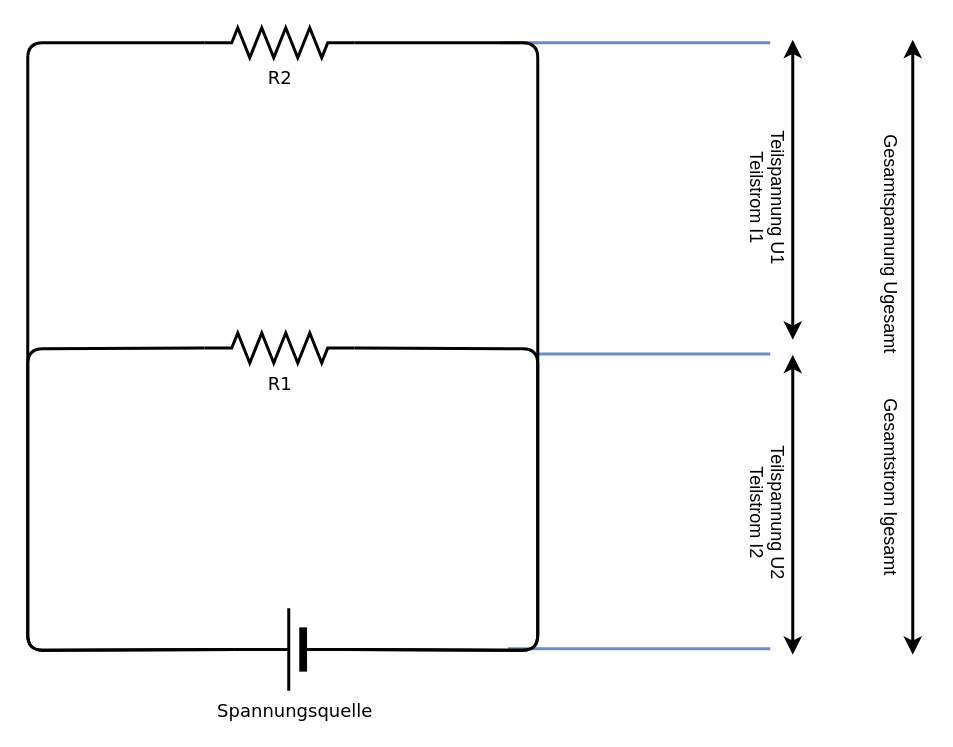
Earlier version of the draw.io diagram 2-hardwaredesign/img/stromteiler.drawio (DennisSchulmeister/dhbwka-wwi-iottech-folien). Source tidied: cells renumbered, new cells numbered last; positions are measured from the earlier drawing's top-left corner, leaving out a move shared by most shapes. Both pictures are drawn from the tidied source at 150%, with x=0, y=0 at pixel (27, 27).
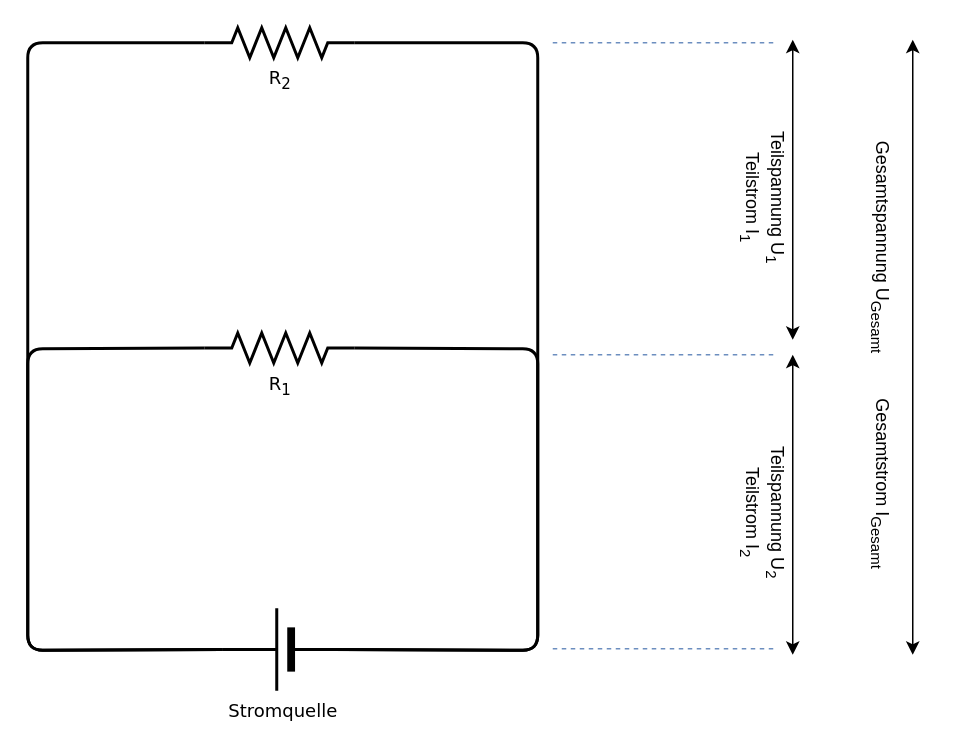
The same diagram, later.

Unchanged cells that the change refers to:
```xml
<mxCell id="11" style="group;" parent="1" vertex="1">
  <mxGeometry width="340" height="363" as="geometry" />
</mxCell>
```

The edit, as a diff of the source:
```diff
@@
-<mxGraphModel background="#ffffff">
+<mxGraphModel>
@@
-    <mxCell id="2" style="endArrow=none;html=1;strokeColor=#6c8ebf;strokeWidth=2;fillColor=#dae8fc;" parent="1" edge="1">
+    <mxCell id="2" style="endArrow=none;html=1;strokeColor=#6c8ebf;strokeWidth=1;fillColor=#dae8fc;dashed=1;" parent="1" edge="1">
       <mxGeometry relative="1" as="geometry">
-        <mxPoint x="320" y="414" as="sourcePoint" />
-        <mxPoint x="495" y="414" as="targetPoint" />
+        <mxPoint x="350" y="414" as="sourcePoint" />
+        <mxPoint x="500" y="414" as="targetPoint" />
       </mxGeometry>
     </mxCell>
-    <mxCell id="3" style="endArrow=none;html=1;strokeColor=#6c8ebf;strokeWidth=2;fillColor=#dae8fc;" parent="1" edge="1">
+    <mxCell id="3" style="endArrow=none;html=1;strokeColor=#6c8ebf;strokeWidth=1;fillColor=#dae8fc;dashed=1;" parent="1" edge="1">
       <mxGeometry relative="1" as="geometry">
-        <mxPoint x="315" y="10" as="sourcePoint" />
-        <mxPoint x="495" y="10" as="targetPoint" />
+        <mxPoint x="350" y="10" as="sourcePoint" />
+        <mxPoint x="500" y="10" as="targetPoint" />
       </mxGeometry>
     </mxCell>
-    <mxCell id="4" style="endArrow=none;html=1;strokeColor=#6c8ebf;strokeWidth=2;fillColor=#dae8fc;" parent="1" edge="1">
+    <mxCell id="4" style="endArrow=none;html=1;strokeColor=#6c8ebf;strokeWidth=1;fillColor=#dae8fc;dashed=1;" parent="1" edge="1">
       <mxGeometry relative="1" as="geometry">
-        <mxPoint x="340" y="217.5" as="sourcePoint" />
-        <mxPoint x="495" y="217.5" as="targetPoint" />
+        <mxPoint x="350" y="218" as="sourcePoint" />
+        <mxPoint x="500" y="218" as="targetPoint" />
       </mxGeometry>
     </mxCell>
-    <mxCell id="5" style="endArrow=classic;startArrow=classic;html=1;strokeWidth=2;" parent="1" edge="1">
+    <mxCell id="5" style="endArrow=classic;startArrow=classic;html=1;strokeWidth=1;" parent="1" edge="1">
       <mxGeometry relative="1" as="geometry">
         <mxPoint x="510" y="208" as="sourcePoint" />
         <mxPoint x="510" y="8" as="targetPoint" />
       </mxGeometry>
     </mxCell>
-    <mxCell id="6" style="endArrow=classic;startArrow=classic;html=1;strokeWidth=2;" parent="1" edge="1">
+    <mxCell id="6" style="endArrow=classic;startArrow=classic;html=1;strokeWidth=1;" parent="1" edge="1">
       <mxGeometry relative="1" as="geometry">
         <mxPoint x="510" y="418" as="sourcePoint" />
         <mxPoint x="510" y="218" as="targetPoint" />
       </mxGeometry>
     </mxCell>
-    <mxCell id="7" style="endArrow=classic;startArrow=classic;html=1;strokeWidth=2;" parent="1" edge="1">
+    <mxCell id="7" style="endArrow=classic;startArrow=classic;html=1;strokeWidth=1;" parent="1" edge="1">
       <mxGeometry relative="1" as="geometry">
         <mxPoint x="590" y="418" as="sourcePoint" />
         <mxPoint x="590" y="8" as="targetPoint" />
       </mxGeometry>
     </mxCell>
-    <mxCell id="8" value="&lt;div&gt;Teilspannung U1&lt;/div&gt;&lt;div&gt;Teilstrom I1&lt;br&gt;&lt;/div&gt;" style="text;html=1;align=center;verticalAlign=top;spacingTop=-4;rotation=90;" parent="1" vertex="1">
+    <mxCell id="8" value="&lt;div&gt;Teilspannung U&lt;sub&gt;1&lt;/sub&gt;&lt;/div&gt;&lt;div&gt;Teilstrom I&lt;sub&gt;1&lt;/sub&gt;&lt;br&gt;&lt;/div&gt;" style="text;html=1;align=center;verticalAlign=top;spacingTop=-4;rotation=90;" parent="1" vertex="1">
       <mxGeometry x="440" y="98" width="110" height="30" as="geometry" />
     </mxCell>
-    <mxCell id="9" value="&lt;div&gt;Teilspannung U2&lt;/div&gt;&lt;div&gt;Teilstrom I2&lt;br&gt;&lt;/div&gt;" style="text;html=1;align=center;verticalAlign=top;spacingTop=-4;rotation=90;" parent="1" vertex="1">
+    <mxCell id="9" value="&lt;div&gt;Teilspannung U&lt;sub&gt;2&lt;/sub&gt;&lt;/div&gt;&lt;div&gt;Teilstrom I&lt;sub&gt;2&lt;br&gt;&lt;/sub&gt;&lt;/div&gt;" style="text;html=1;align=center;verticalAlign=top;spacingTop=-4;rotation=90;" parent="1" vertex="1">
       <mxGeometry x="440" y="308" width="110" height="30" as="geometry" />
     </mxCell>
-    <mxCell id="10" value="Gesamtspannung Ugesamt &amp;nbsp;&amp;nbsp;&amp;nbsp;&amp;nbsp;&amp;nbsp;&amp;nbsp;&amp;nbsp; Gesamtstrom Igesamt" style="text;html=1;align=center;verticalAlign=top;spacingTop=-4;rotation=90;" parent="1" vertex="1">
-      <mxGeometry x="420" y="208" width="310" height="20" as="geometry" />
+    <mxCell id="10" value="Gesamtspannung U&lt;sub&gt;Gesamt&lt;/sub&gt; &amp;nbsp;&amp;nbsp;&amp;nbsp;&amp;nbsp;&amp;nbsp;&amp;nbsp;&amp;nbsp; Gesamtstrom I&lt;sub&gt;Gesamt&lt;/sub&gt;" style="text;html=1;align=center;verticalAlign=top;spacingTop=-4;rotation=90;" parent="1" vertex="1">
+      <mxGeometry x="420" y="208" width="300" height="20" as="geometry" />
     </mxCell>
@@
-    <mxCell id="12" value="R1" style="verticalLabelPosition=bottom;shadow=0;dashed=0;align=center;fillColor=#ffffff;html=1;verticalAlign=top;strokeWidth=2;shape=mxgraph.electrical.resistors.resistor_2;rounded=1;comic=0;labelBackgroundColor=none;fontFamily=Verdana;fontSize=12;fontColor=#000000;rotation=0;" parent="11" vertex="1">
+    <mxCell id="12" value="R&lt;sub&gt;1&lt;/sub&gt;" style="verticalLabelPosition=bottom;shadow=0;dashed=0;align=center;fillColor=#ffffff;html=1;verticalAlign=top;strokeWidth=2;shape=mxgraph.electrical.resistors.resistor_2;rounded=1;comic=0;labelBackgroundColor=none;fontFamily=Verdana;fontSize=12;fontColor=#000000;rotation=0;" parent="11" vertex="1">
       <mxGeometry x="118" y="203.5" width="100" height="20" as="geometry" />
     </mxCell>
-    <mxCell id="13" value="R2" style="verticalLabelPosition=bottom;shadow=0;dashed=0;align=center;fillColor=#ffffff;html=1;verticalAlign=top;strokeWidth=2;shape=mxgraph.electrical.resistors.resistor_2;rounded=1;comic=0;labelBackgroundColor=none;fontFamily=Verdana;fontSize=12;fontColor=#000000;rotation=0;" parent="11" vertex="1">
+    <mxCell id="13" value="R&lt;sub&gt;2&lt;/sub&gt;" style="verticalLabelPosition=bottom;shadow=0;dashed=0;align=center;fillColor=#ffffff;html=1;verticalAlign=top;strokeWidth=2;shape=mxgraph.electrical.resistors.resistor_2;rounded=1;comic=0;labelBackgroundColor=none;fontFamily=Verdana;fontSize=12;fontColor=#000000;rotation=0;" parent="11" vertex="1">
       <mxGeometry x="118" width="100" height="20" as="geometry" />
     </mxCell>
-    <mxCell id="14" value="Spannungsquelle" style="verticalLabelPosition=bottom;shadow=0;dashed=0;align=center;fillColor=#000000;strokeColor=#000000;html=1;verticalAlign=top;strokeWidth=2;shape=mxgraph.electrical.miscellaneous.monocell_battery;rounded=1;comic=0;labelBackgroundColor=none;fontFamily=Verdana;fontSize=12;fontColor=#000000;flipH=1;rotation=0;" parent="1" vertex="1">
-      <mxGeometry x="138" y="387" width="80" height="55" as="geometry" />
+    <mxCell id="14" value="Stromquelle" style="verticalLabelPosition=bottom;shadow=0;dashed=0;align=center;fillColor=#000000;strokeColor=#000000;html=1;verticalAlign=top;strokeWidth=2;shape=mxgraph.electrical.miscellaneous.monocell_battery;rounded=1;comic=0;labelBackgroundColor=none;fontFamily=Verdana;fontSize=12;fontColor=#000000;flipH=1;rotation=0;" parent="1" vertex="1">
+      <mxGeometry x="130" y="387" width="80" height="55" as="geometry" />
     </mxCell>
```
